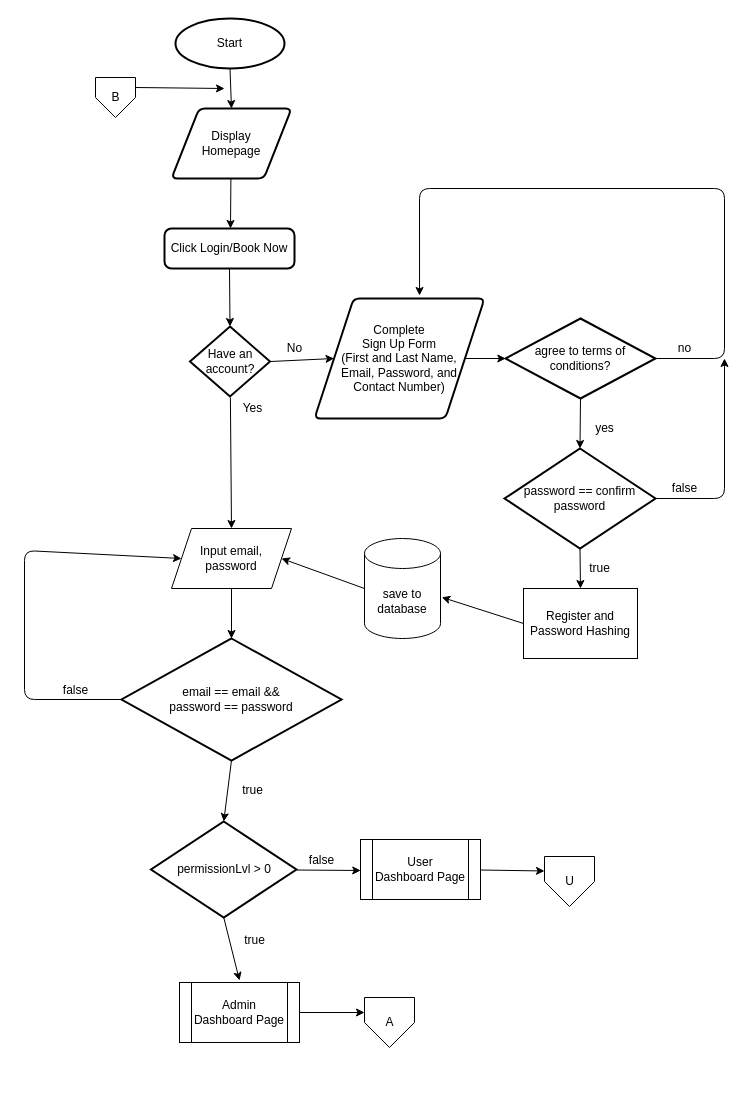
Above: page "(Start) Login and Register" (1 of 10) of Flowchart.drawio in justpaulmiguel/Web1Proj (draw.io), before the change. Source tidied: cells renumbered, new cells numbered last; positions are measured from the earlier drawing's top-left corner, leaving out a move shared by most shapes. Both pictures are drawn from the tidied source at 100%, with x=0, y=0 at pixel (24, 18).
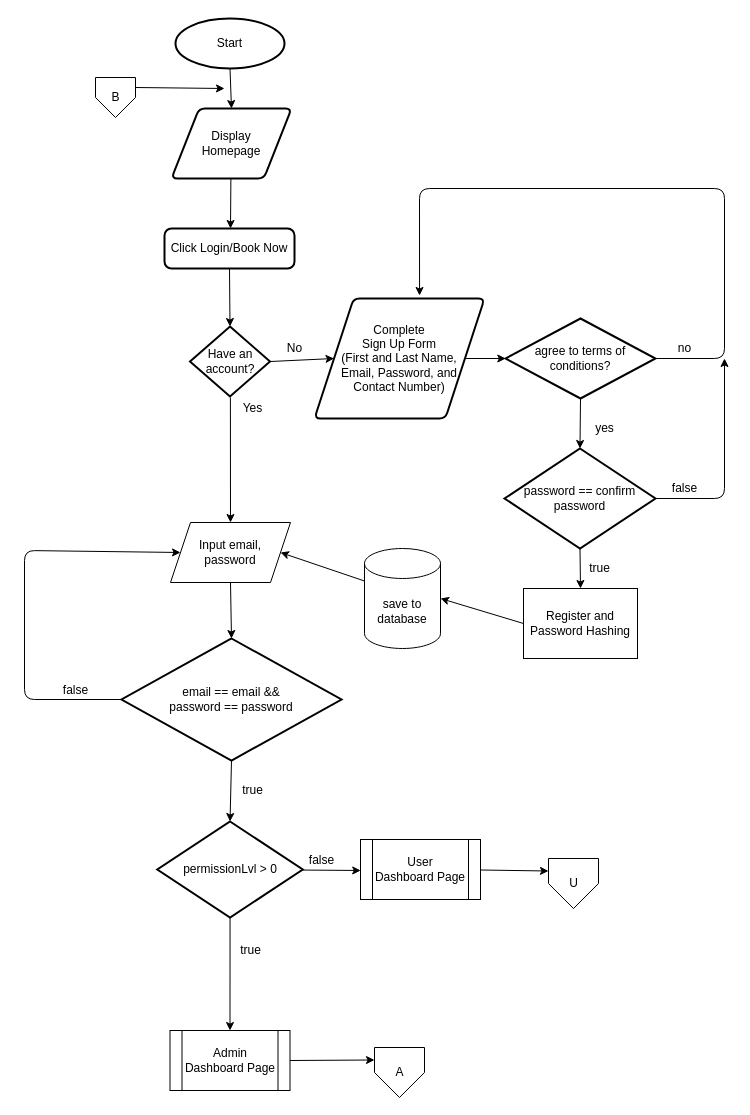
After the change.

Unchanged cells that the change refers to:
```xml
<mxCell id="14" value="Register and Password Hashing" style="rounded=0;whiteSpace=wrap;html=1;fontFamily=Helvetica;fontColor=#000000;" parent="1" vertex="1">
  <mxGeometry x="499" y="570" width="114" height="70" as="geometry" />
</mxCell>
```

Diff of the diagram source:
```diff
@@
+    <mxCell id="49" style="edgeStyle=none;html=1;exitX=0;exitY=0.5;exitDx=0;exitDy=0;entryX=1;entryY=0.5;entryDx=0;entryDy=0;entryPerimeter=0;" parent="1" edge="1" source="14" target="40">
+      <mxGeometry relative="1" as="geometry" />
+    </mxCell>
@@
-    <mxCell id="15" style="endArrow=classic;html=1;rounded=0;fontFamily=Helvetica;fontColor=#000000;entryX=1.017;entryY=0.588;entryDx=0;entryDy=0;exitX=0;exitY=0.5;exitDx=0;exitDy=0;entryPerimeter=0;" parent="1" edge="1" target="40">
-      <mxGeometry relative="1" as="geometry">
-        <mxPoint x="499" y="605" as="sourcePoint" />
-      </mxGeometry>
-    </mxCell>
@@
     <mxCell id="17" value="Input email,&lt;br&gt;password" style="shape=parallelogram;perimeter=parallelogramPerimeter;whiteSpace=wrap;html=1;fixedSize=1;fontFamily=Helvetica;fontColor=#000000;" parent="1" vertex="1">
-      <mxGeometry x="147" y="510" width="120" height="60" as="geometry" />
+      <mxGeometry x="146" y="504" width="120" height="60" as="geometry" />
     </mxCell>
+    <mxCell id="50" style="edgeStyle=none;html=1;exitX=0.5;exitY=1;exitDx=0;exitDy=0;exitPerimeter=0;entryX=0.5;entryY=0;entryDx=0;entryDy=0;" parent="1" edge="1" source="18" target="24">
+      <mxGeometry relative="1" as="geometry" />
+    </mxCell>
     <mxCell id="18" value="permissionLvl &amp;gt; 0" style="strokeWidth=2;html=1;shape=mxgraph.flowchart.decision;whiteSpace=wrap;" parent="1" vertex="1">
-      <mxGeometry x="126.5" y="803" width="145.5" height="96" as="geometry" />
+      <mxGeometry x="132.8" y="803" width="145.5" height="96" as="geometry" />
     </mxCell>
@@
-    <mxCell id="22" style="endArrow=classic;html=1;rounded=0;exitX=1;exitY=0.5;exitDx=0;exitDy=0;" parent="1" edge="1">
+    <mxCell id="22" style="endArrow=classic;html=1;rounded=0;exitX=1;exitY=0.5;exitDx=0;exitDy=0;entryX=0;entryY=0.25;entryDx=0;entryDy=0;" parent="1" edge="1" target="25">
       <mxGeometry relative="1" as="geometry">
         <mxPoint x="456" y="851.5" as="sourcePoint" />
-        <mxPoint x="520" y="852.5" as="targetPoint" />
       </mxGeometry>
     </mxCell>
-    <mxCell id="23" style="endArrow=classic;html=1;rounded=0;exitX=0.5;exitY=1;exitDx=0;exitDy=0;exitPerimeter=0;" parent="1" edge="1" source="18">
-      <mxGeometry relative="1" as="geometry">
-        <mxPoint x="215" y="962" as="targetPoint" />
-      </mxGeometry>
-    </mxCell>
+    <mxCell id="51" style="edgeStyle=none;html=1;exitX=1;exitY=0.5;exitDx=0;exitDy=0;entryX=0;entryY=0.25;entryDx=0;entryDy=0;" parent="1" edge="1" source="24" target="27">
+      <mxGeometry relative="1" as="geometry" />
+    </mxCell>
     <mxCell id="24" value="Admin Dashboard Page" style="shape=process;whiteSpace=wrap;html=1;backgroundOutline=1;" parent="1" vertex="1">
-      <mxGeometry x="155" y="964" width="120" height="60" as="geometry" />
+      <mxGeometry x="145.5" y="1012" width="120" height="60" as="geometry" />
     </mxCell>
     <mxCell id="25" value="U" style="verticalLabelPosition=middle;verticalAlign=middle;html=1;shape=offPageConnector;rounded=0;size=0.5;gradientColor=none;fillColor=default;labelPosition=center;align=center;" parent="1" vertex="1">
-      <mxGeometry x="520" y="838" width="50" height="50" as="geometry" />
+      <mxGeometry x="524" y="840" width="50" height="50" as="geometry" />
     </mxCell>
-    <mxCell id="26" style="endArrow=classic;html=1;rounded=0;exitX=1;exitY=0.5;exitDx=0;exitDy=0;" parent="1" edge="1" source="24">
-      <mxGeometry relative="1" as="geometry">
-        <mxPoint x="340" y="994" as="targetPoint" />
-      </mxGeometry>
-    </mxCell>
     <mxCell id="27" value="A" style="verticalLabelPosition=middle;verticalAlign=middle;html=1;shape=offPageConnector;rounded=0;size=0.5;fillColor=default;gradientColor=none;labelPosition=center;align=center;" parent="1" vertex="1">
-      <mxGeometry x="340" y="979" width="50" height="50" as="geometry" />
+      <mxGeometry x="350" y="1029" width="50" height="50" as="geometry" />
     </mxCell>
@@
     <mxCell id="31" value="true" style="text;html=1;align=center;verticalAlign=middle;strokeColor=none;fillColor=none;" parent="1" vertex="1">
-      <mxGeometry x="210" y="912" width="40" height="20" as="geometry" />
+      <mxGeometry x="205.5" y="922" width="40" height="20" as="geometry" />
     </mxCell>
@@
+    <mxCell id="41" style="edgeStyle=none;html=1;exitX=0;exitY=0;exitDx=0;exitDy=32.5;exitPerimeter=0;entryX=1;entryY=0.5;entryDx=0;entryDy=0;" parent="1" edge="1" source="40" target="17">
+      <mxGeometry relative="1" as="geometry" />
+    </mxCell>
     <mxCell id="40" value="save to&lt;br&gt;database" style="shape=cylinder3;whiteSpace=wrap;html=1;boundedLbl=1;backgroundOutline=1;size=15;" parent="1" vertex="1">
-      <mxGeometry x="340" y="520" width="76" height="100" as="geometry" />
+      <mxGeometry x="340" y="530" width="76" height="100" as="geometry" />
     </mxCell>
-    <mxCell id="41" style="endArrow=classic;html=1;rounded=0;fontFamily=Helvetica;fontColor=#000000;entryX=1;entryY=0.5;entryDx=0;entryDy=0;exitX=0;exitY=0.5;exitDx=0;exitDy=0;exitPerimeter=0;" parent="1" edge="1" source="40" target="17">
-      <mxGeometry relative="1" as="geometry" />
-    </mxCell>
```
